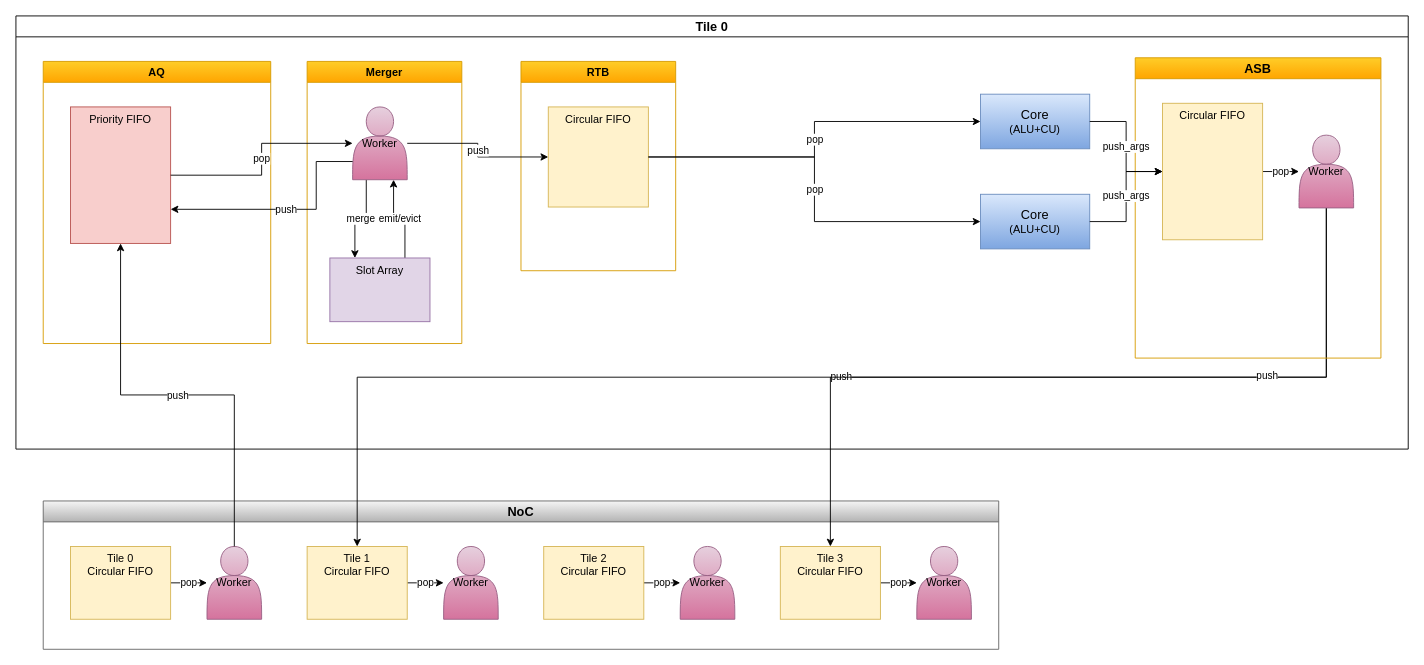
Dercury/CLDK keeps this draw.io diagram as verilator_digrams/专用硬件2_14.drawio. Above is the earlier version. Source tidied: cells renumbered, new cells numbered last; positions are measured from the earlier drawing's top-left corner, leaving out a move shared by most shapes. Both pictures are drawn from the tidied source at 91%, with x=0, y=0 at pixel (15, 15).
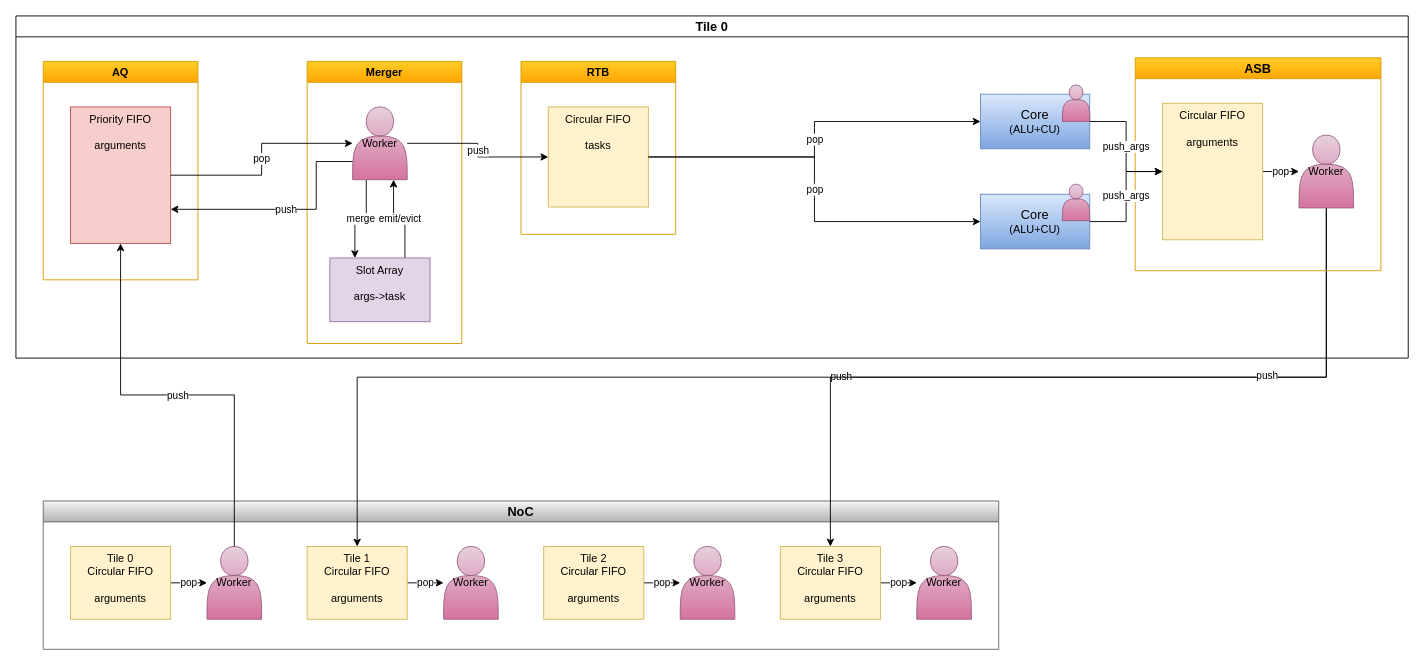
After the change.

Commit message:
更新专用硬件2_14.drawio

Unchanged cells that the change refers to:
```xml
<mxCell id="2" value="NoC" style="swimlane;whiteSpace=wrap;html=1;fillColor=#f5f5f5;gradientColor=#b3b3b3;strokeColor=#666666;fontSize=14;" parent="1" vertex="1">
  <mxGeometry x="30" y="533" width="1050" height="163" as="geometry" />
</mxCell>
<mxCell id="29" value="Merger" style="swimlane;whiteSpace=wrap;html=1;fillColor=#ffcd28;gradientColor=#ffa500;strokeColor=#d79b00;" parent="18" vertex="1">
  <mxGeometry x="320" y="50" width="170" height="310" as="geometry" />
</mxCell>
```

The edit, as a diff of the source:
```diff
@@
-    <mxCell id="4" value="&lt;div&gt;Tile 0&lt;/div&gt;Circular FIFO" style="rounded=0;whiteSpace=wrap;html=1;verticalAlign=top;fillColor=#fff2cc;strokeColor=#d6b656;" parent="2" vertex="1">
+    <mxCell id="4" value="&lt;div&gt;Tile 0&lt;/div&gt;Circular FIFO&lt;div&gt;&lt;br&gt;&lt;/div&gt;&lt;div&gt;arguments&lt;/div&gt;" style="rounded=0;whiteSpace=wrap;html=1;verticalAlign=top;fillColor=#fff2cc;strokeColor=#d6b656;" parent="2" vertex="1">
       <mxGeometry x="30" y="50" width="110" height="80" as="geometry" />
     </mxCell>
@@
-    <mxCell id="7" value="&lt;div&gt;Tile 2&lt;/div&gt;Circular FIFO" style="rounded=0;whiteSpace=wrap;html=1;verticalAlign=top;fillColor=#fff2cc;strokeColor=#d6b656;" parent="2" vertex="1">
+    <mxCell id="7" value="&lt;div&gt;Tile 2&lt;/div&gt;Circular FIFO&lt;div&gt;&lt;br&gt;&lt;/div&gt;&lt;div&gt;arguments&lt;/div&gt;" style="rounded=0;whiteSpace=wrap;html=1;verticalAlign=top;fillColor=#fff2cc;strokeColor=#d6b656;" parent="2" vertex="1">
       <mxGeometry x="550" y="50" width="110" height="80" as="geometry" />
     </mxCell>
@@
-    <mxCell id="10" value="&lt;div&gt;Tile 1&lt;/div&gt;Circular FIFO" style="rounded=0;whiteSpace=wrap;html=1;verticalAlign=top;fillColor=#fff2cc;strokeColor=#d6b656;" parent="2" vertex="1">
+    <mxCell id="10" value="&lt;div&gt;Tile 1&lt;/div&gt;Circular FIFO&lt;div&gt;&lt;br&gt;&lt;/div&gt;&lt;div&gt;arguments&lt;/div&gt;" style="rounded=0;whiteSpace=wrap;html=1;verticalAlign=top;fillColor=#fff2cc;strokeColor=#d6b656;" parent="2" vertex="1">
       <mxGeometry x="290" y="50" width="110" height="80" as="geometry" />
     </mxCell>
@@
-    <mxCell id="13" value="&lt;div&gt;Tile 3&lt;/div&gt;Circular FIFO" style="rounded=0;whiteSpace=wrap;html=1;verticalAlign=top;fillColor=#fff2cc;strokeColor=#d6b656;" parent="2" vertex="1">
+    <mxCell id="13" value="&lt;div&gt;Tile 3&lt;/div&gt;Circular FIFO&lt;div&gt;&lt;br&gt;&lt;/div&gt;&lt;div&gt;arguments&lt;/div&gt;" style="rounded=0;whiteSpace=wrap;html=1;verticalAlign=top;fillColor=#fff2cc;strokeColor=#d6b656;" parent="2" vertex="1">
       <mxGeometry x="810" y="50" width="110" height="80" as="geometry" />
     </mxCell>
@@
     <mxCell id="18" value="Tile 0" style="swimlane;whiteSpace=wrap;html=1;fontSize=14;" parent="1" vertex="1">
-      <mxGeometry width="1530" height="476" as="geometry" />
+      <mxGeometry width="1530" height="376" as="geometry" />
     </mxCell>
     <mxCell id="19" value="ASB" style="swimlane;whiteSpace=wrap;html=1;fillColor=#ffcd28;gradientColor=#ffa500;strokeColor=#d79b00;fontSize=14;" parent="18" vertex="1">
-      <mxGeometry x="1230" y="46" width="270" height="330" as="geometry" />
+      <mxGeometry x="1230" y="46" width="270" height="234" as="geometry" />
     </mxCell>
@@
-    <mxCell id="21" value="Circular FIFO" style="rounded=0;whiteSpace=wrap;html=1;verticalAlign=top;fillColor=#fff2cc;strokeColor=#d6b656;" parent="19" vertex="1">
+    <mxCell id="21" value="Circular FIFO&lt;div&gt;&lt;br&gt;&lt;/div&gt;&lt;div&gt;arguments&lt;/div&gt;" style="rounded=0;whiteSpace=wrap;html=1;verticalAlign=top;fillColor=#fff2cc;strokeColor=#d6b656;" parent="19" vertex="1">
       <mxGeometry x="30" y="50" width="110" height="150" as="geometry" />
     </mxCell>
@@
     <mxCell id="27" value="AQ" style="swimlane;whiteSpace=wrap;html=1;fillColor=#ffcd28;gradientColor=#ffa500;strokeColor=#d79b00;" parent="18" vertex="1">
-      <mxGeometry x="30" y="50" width="250" height="310" as="geometry" />
+      <mxGeometry x="30" y="50" width="170" height="240" as="geometry" />
     </mxCell>
-    <mxCell id="28" value="Priority FIFO" style="rounded=0;whiteSpace=wrap;html=1;verticalAlign=top;fillColor=#f8cecc;strokeColor=#b85450;" parent="27" vertex="1">
+    <mxCell id="28" value="Priority FIFO&lt;div&gt;&lt;br&gt;&lt;/div&gt;&lt;div&gt;arguments&lt;/div&gt;" style="rounded=0;whiteSpace=wrap;html=1;verticalAlign=top;fillColor=#f8cecc;strokeColor=#b85450;" parent="27" vertex="1">
       <mxGeometry x="30" y="50" width="110" height="150" as="geometry" />
     </mxCell>
@@
-    <mxCell id="31" value="Slot Array" style="rounded=0;whiteSpace=wrap;html=1;verticalAlign=top;fillColor=#e1d5e7;strokeColor=#9673a6;" parent="29" vertex="1">
+    <mxCell id="31" value="Slot Array&lt;div&gt;&lt;br&gt;&lt;/div&gt;&lt;div&gt;args-&amp;gt;task&lt;/div&gt;" style="rounded=0;whiteSpace=wrap;html=1;verticalAlign=top;fillColor=#e1d5e7;strokeColor=#9673a6;" parent="29" vertex="1">
       <mxGeometry x="25" y="216" width="110" height="70" as="geometry" />
     </mxCell>
@@
     <mxCell id="34" value="RTB" style="swimlane;whiteSpace=wrap;html=1;fillColor=#ffcd28;gradientColor=#ffa500;strokeColor=#d79b00;" parent="18" vertex="1">
-      <mxGeometry x="555" y="50" width="170" height="230" as="geometry" />
+      <mxGeometry x="555" y="50" width="170" height="190" as="geometry" />
     </mxCell>
-    <mxCell id="35" value="Circular FIFO" style="rounded=0;whiteSpace=wrap;html=1;verticalAlign=top;fillColor=#fff2cc;strokeColor=#d6b656;" parent="34" vertex="1">
+    <mxCell id="35" value="Circular FIFO&lt;div&gt;&lt;br&gt;&lt;/div&gt;&lt;div&gt;tasks&lt;/div&gt;" style="rounded=0;whiteSpace=wrap;html=1;verticalAlign=top;fillColor=#fff2cc;strokeColor=#d6b656;" parent="34" vertex="1">
       <mxGeometry x="30" y="50" width="110" height="110" as="geometry" />
     </mxCell>
@@
+    <mxCell id="42" style="shape=actor;whiteSpace=wrap;html=1;fillColor=#e6d0de;gradientColor=#d5739d;strokeColor=#996185;" parent="18" vertex="1">
+      <mxGeometry x="1150" y="76" width="30" height="40" as="geometry" />
+    </mxCell>
+    <mxCell id="43" style="shape=actor;whiteSpace=wrap;html=1;fillColor=#e6d0de;gradientColor=#d5739d;strokeColor=#996185;" parent="18" vertex="1">
+      <mxGeometry x="1150" y="185" width="30" height="40" as="geometry" />
+    </mxCell>
```
